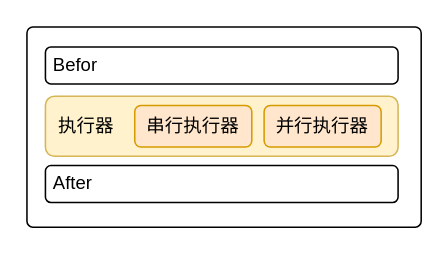
wojiaojsjzs/data-hamal keeps this draw.io diagram as page "Task 架构设计图" (2 of 4) of data-hamal.drawio. Above is the earlier version. Source tidied: cells renumbered, new cells numbered last; positions are measured from the earlier drawing's top-left corner, leaving out a move shared by most shapes. Both pictures are drawn from the tidied source at 154%, with x=0, y=0 at pixel (26, 26).
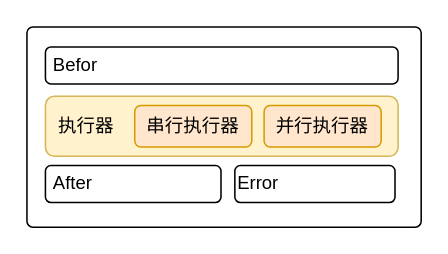
After the change.

The edit, as a diff of the source:
```diff
@@
 <mxGraphModel>
   <root>
     <mxCell id="0" />
     <mxCell id="1" parent="0" />
     <mxCell id="2" style="group;" parent="1" vertex="1">
       <mxGeometry width="256" height="130" as="geometry" />
     </mxCell>
     <mxCell id="3" style="rounded=1;whiteSpace=wrap;html=1;arcSize=3;" parent="2" vertex="1">
       <mxGeometry width="256" height="130" as="geometry" />
     </mxCell>
     <mxCell id="4" value="&amp;nbsp; 执行器" style="rounded=1;whiteSpace=wrap;html=1;align=left;fillColor=#fff2cc;strokeColor=#d6b656;" parent="2" vertex="1">
       <mxGeometry x="12" y="45" width="229" height="39" as="geometry" />
     </mxCell>
     <mxCell id="5" value="串行执行器" style="rounded=1;whiteSpace=wrap;html=1;fillColor=#ffe6cc;strokeColor=#d79b00;" parent="2" vertex="1">
       <mxGeometry x="70" y="51" width="76" height="27" as="geometry" />
     </mxCell>
     <mxCell id="6" value="并行执行器" style="rounded=1;whiteSpace=wrap;html=1;fillColor=#ffe6cc;strokeColor=#d79b00;" parent="2" vertex="1">
       <mxGeometry x="154" y="51" width="76" height="27" as="geometry" />
     </mxCell>
     <mxCell id="7" value="&amp;nbsp;Befor" style="rounded=1;whiteSpace=wrap;html=1;align=left;" parent="2" vertex="1">
       <mxGeometry x="12" y="13" width="229" height="24" as="geometry" />
     </mxCell>
     <mxCell id="8" value="&amp;nbsp;After" style="rounded=1;whiteSpace=wrap;html=1;align=left;" parent="2" vertex="1">
-      <mxGeometry x="12" y="90" width="229" height="24" as="geometry" />
+      <mxGeometry x="12" y="90" width="114" height="24" as="geometry" />
     </mxCell>
+    <mxCell id="9" value="Error" style="rounded=1;whiteSpace=wrap;html=1;align=left;" parent="2" vertex="1">
+      <mxGeometry x="135" y="90" width="104" height="24" as="geometry" />
+    </mxCell>
   </root>
 </mxGraphModel>
```
